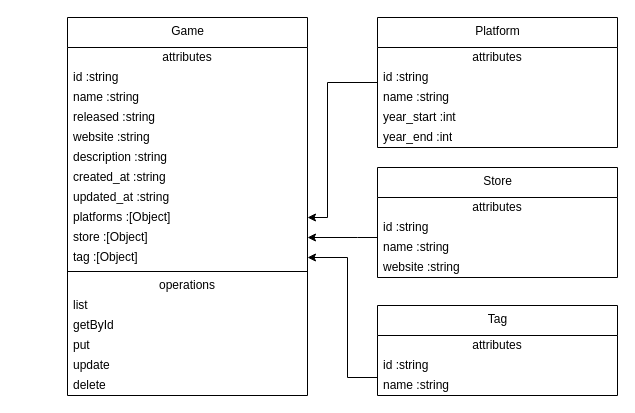
This is architecture/class-diagram.drawio from gmatozinho/games-api, a draw.io file, before an edit. Source tidied: cells renumbered, new cells numbered last; positions are measured from the earlier drawing's top-left corner, leaving out a move shared by most shapes. Both pictures are drawn from the tidied source at 100%, with x=0, y=0 at pixel (67, 17).
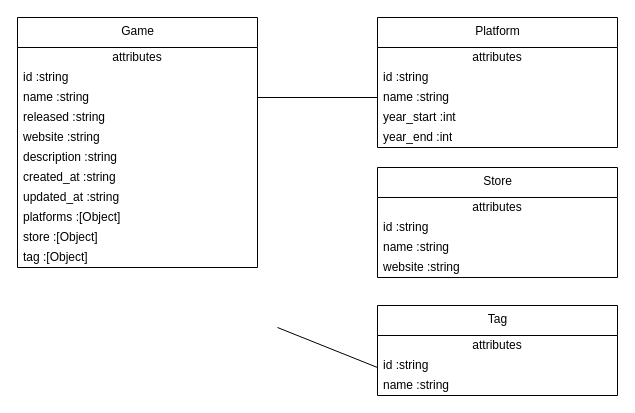
The same page after the edit.

The change refers to these unchanged cells:
```xml
<mxCell id="5" value="name :string" style="text;html=1;strokeColor=none;fillColor=none;align=left;verticalAlign=middle;spacingLeft=4;spacingRight=4;overflow=hidden;points=[[0,0.5],[1,0.5]];portConstraint=eastwest;" parent="2" vertex="1">
  <mxGeometry y="70" width="240" height="20" as="geometry" />
</mxCell>
<mxCell id="11" value="platforms :[Object]" style="text;html=1;strokeColor=none;fillColor=none;align=left;verticalAlign=middle;spacingLeft=4;spacingRight=4;overflow=hidden;points=[[0,0.5],[1,0.5]];portConstraint=eastwest;" parent="2" vertex="1">
  <mxGeometry y="190" width="240" height="20" as="geometry" />
</mxCell>
<mxCell id="12" value="store :[Object]" style="text;html=1;strokeColor=none;fillColor=none;align=left;verticalAlign=middle;spacingLeft=4;spacingRight=4;overflow=hidden;points=[[0,0.5],[1,0.5]];portConstraint=eastwest;" parent="2" vertex="1">
  <mxGeometry y="210" width="240" height="20" as="geometry" />
</mxCell>
<mxCell id="13" value="tag :[Object]" style="text;html=1;strokeColor=none;fillColor=none;align=left;verticalAlign=middle;spacingLeft=4;spacingRight=4;overflow=hidden;points=[[0,0.5],[1,0.5]];portConstraint=eastwest;" parent="2" vertex="1">
  <mxGeometry y="230" width="240" height="20" as="geometry" />
</mxCell>
<mxCell id="22" value="Platform" style="swimlane;fontStyle=0;align=center;verticalAlign=top;horizontal=1;startSize=30;html=1;" parent="1" vertex="1">
  <mxGeometry x="310" width="240" height="130" as="geometry" />
</mxCell>
<mxCell id="25" value="name :string" style="text;html=1;strokeColor=none;fillColor=none;align=left;verticalAlign=middle;spacingLeft=4;spacingRight=4;overflow=hidden;points=[[0,0.5],[1,0.5]];portConstraint=eastwest;" parent="22" vertex="1">
  <mxGeometry y="70" width="240" height="20" as="geometry" />
</mxCell>
<mxCell id="31" value="name :string" style="text;html=1;strokeColor=none;fillColor=none;align=left;verticalAlign=middle;spacingLeft=4;spacingRight=4;overflow=hidden;points=[[0,0.5],[1,0.5]];portConstraint=eastwest;" parent="28" vertex="1">
  <mxGeometry y="70" width="240" height="20" as="geometry" />
</mxCell>
<mxCell id="34" value="Store" style="swimlane;fontStyle=0;align=center;verticalAlign=top;horizontal=1;startSize=30;html=1;" parent="1" vertex="1">
  <mxGeometry x="310" y="150" width="240" height="110" as="geometry" />
</mxCell>
```

Change to the diagram source:
```diff
@@
     <mxCell id="2" value="Game" style="swimlane;fontStyle=0;align=center;verticalAlign=top;horizontal=1;startSize=30;html=1;" parent="1" vertex="1">
-      <mxGeometry width="240" height="378" as="geometry" />
+      <mxGeometry x="-50" width="240" height="250" as="geometry" />
     </mxCell>
@@
-    <mxCell id="14" style="line;strokeWidth=1;fillColor=none;align=left;verticalAlign=middle;spacingTop=-1;spacingLeft=3;spacingRight=3;labelPosition=right;" parent="2" vertex="1">
-      <mxGeometry y="250" width="240" height="8" as="geometry" />
-    </mxCell>
-    <mxCell id="15" value="operations" style="text;html=1;strokeColor=none;fillColor=none;align=center;verticalAlign=middle;spacingLeft=4;spacingRight=4;overflow=hidden;" parent="2" vertex="1">
-      <mxGeometry y="258" width="240" height="20" as="geometry" />
-    </mxCell>
-    <mxCell id="16" value="list" style="text;html=1;strokeColor=none;fillColor=none;align=left;verticalAlign=middle;spacingLeft=4;spacingRight=4;overflow=hidden;" parent="2" vertex="1">
-      <mxGeometry y="278" width="240" height="20" as="geometry" />
-    </mxCell>
-    <mxCell id="17" value="getById" style="text;html=1;strokeColor=none;fillColor=none;align=left;verticalAlign=middle;spacingLeft=4;spacingRight=4;overflow=hidden;" parent="2" vertex="1">
-      <mxGeometry y="298" width="240" height="20" as="geometry" />
-    </mxCell>
-    <mxCell id="18" value="put" style="text;html=1;strokeColor=none;fillColor=none;align=left;verticalAlign=middle;spacingLeft=4;spacingRight=4;overflow=hidden;" parent="2" vertex="1">
-      <mxGeometry y="318" width="240" height="20" as="geometry" />
-    </mxCell>
-    <mxCell id="19" value="update" style="text;html=1;strokeColor=none;fillColor=none;align=left;verticalAlign=middle;spacingLeft=4;spacingRight=4;overflow=hidden;" parent="2" vertex="1">
-      <mxGeometry y="338" width="240" height="20" as="geometry" />
-    </mxCell>
-    <mxCell id="20" value="delete" style="text;html=1;strokeColor=none;fillColor=none;align=left;verticalAlign=middle;spacingLeft=4;spacingRight=4;overflow=hidden;" parent="2" vertex="1">
-      <mxGeometry y="358" width="240" height="20" as="geometry" />
-    </mxCell>
-    <mxCell id="21" style="edgeStyle=orthogonalEdgeStyle;rounded=0;jettySize=auto;html=1;" parent="1" edge="1" source="22" target="11">
-      <mxGeometry relative="1" as="geometry">
-        <Array as="points">
-          <mxPoint x="260" y="65" />
-          <mxPoint x="260" y="200" />
-        </Array>
-      </mxGeometry>
-    </mxCell>
@@
-    <mxCell id="32" style="edgeStyle=orthogonalEdgeStyle;rounded=0;jettySize=auto;html=1;entryX=1;entryY=0.5;entryDx=0;entryDy=0;exitX=0;exitY=0.2;exitDx=0;exitDy=0;exitPerimeter=0;" parent="1" edge="1" source="31" target="13">
-      <mxGeometry relative="1" as="geometry">
-        <Array as="points">
-          <mxPoint x="310" y="360" />
-          <mxPoint x="280" y="360" />
-          <mxPoint x="280" y="240" />
-        </Array>
-      </mxGeometry>
-    </mxCell>
-    <mxCell id="33" style="edgeStyle=orthogonalEdgeStyle;rounded=0;jettySize=auto;html=1;" parent="1" edge="1" source="34" target="12">
-      <mxGeometry relative="1" as="geometry">
-        <Array as="points">
-          <mxPoint x="290" y="220" />
-          <mxPoint x="290" y="220" />
-        </Array>
-      </mxGeometry>
-    </mxCell>
@@
+    <mxCell id="39" style="endArrow=none;html=1;exitX=1;exitY=0.5;exitDx=0;exitDy=0;" parent="1" edge="1" source="5" target="25">
+      <mxGeometry relative="1" as="geometry" />
+    </mxCell>
+    <mxCell id="40" style="endArrow=none;html=1;" parent="1" edge="1">
+      <mxGeometry relative="1" as="geometry">
+        <mxPoint x="210" y="310" as="sourcePoint" />
+        <mxPoint x="310" y="350" as="targetPoint" />
+      </mxGeometry>
+    </mxCell>
```
